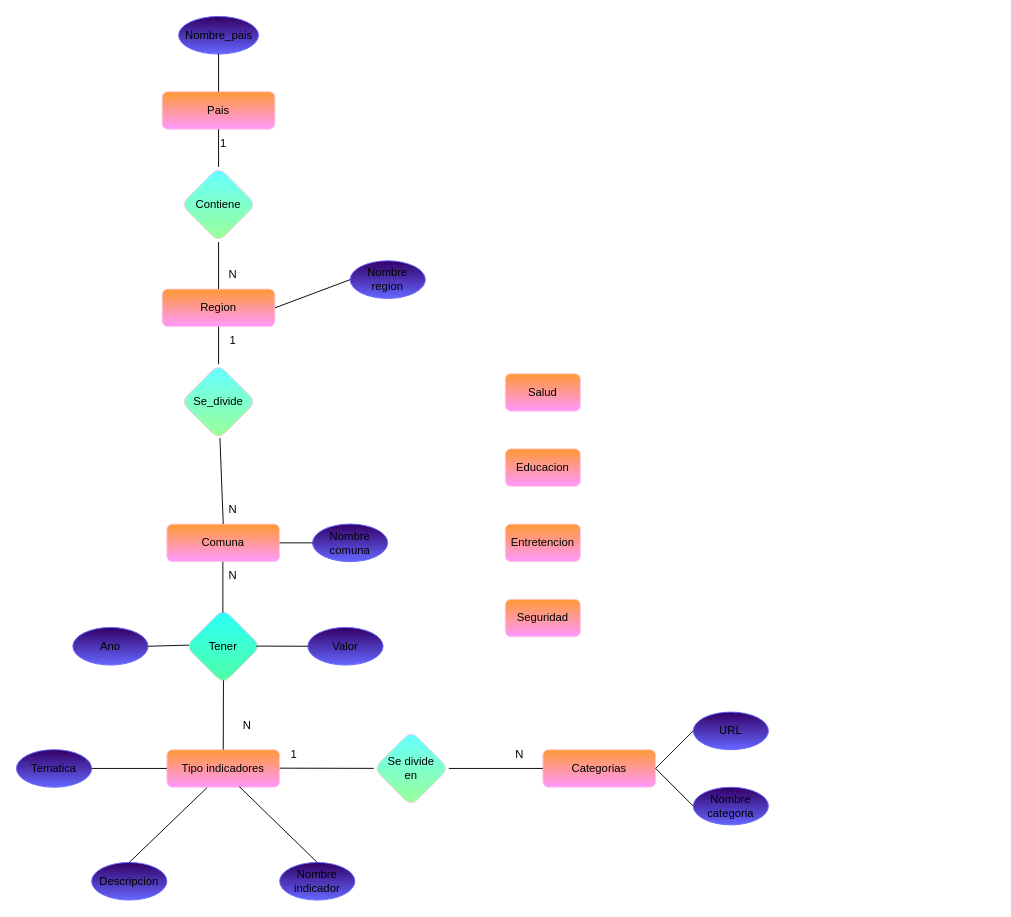
Above: Parte-B/Modelorelacional.drawio in Paskiben/INFO133-equipo12 (draw.io), before the change. Source tidied: cells renumbered, new cells numbered last; positions are measured from the earlier drawing's top-left corner, leaving out a move shared by most shapes. Both pictures are drawn from the tidied source at 94%, with x=0, y=0 at pixel (16, 16).
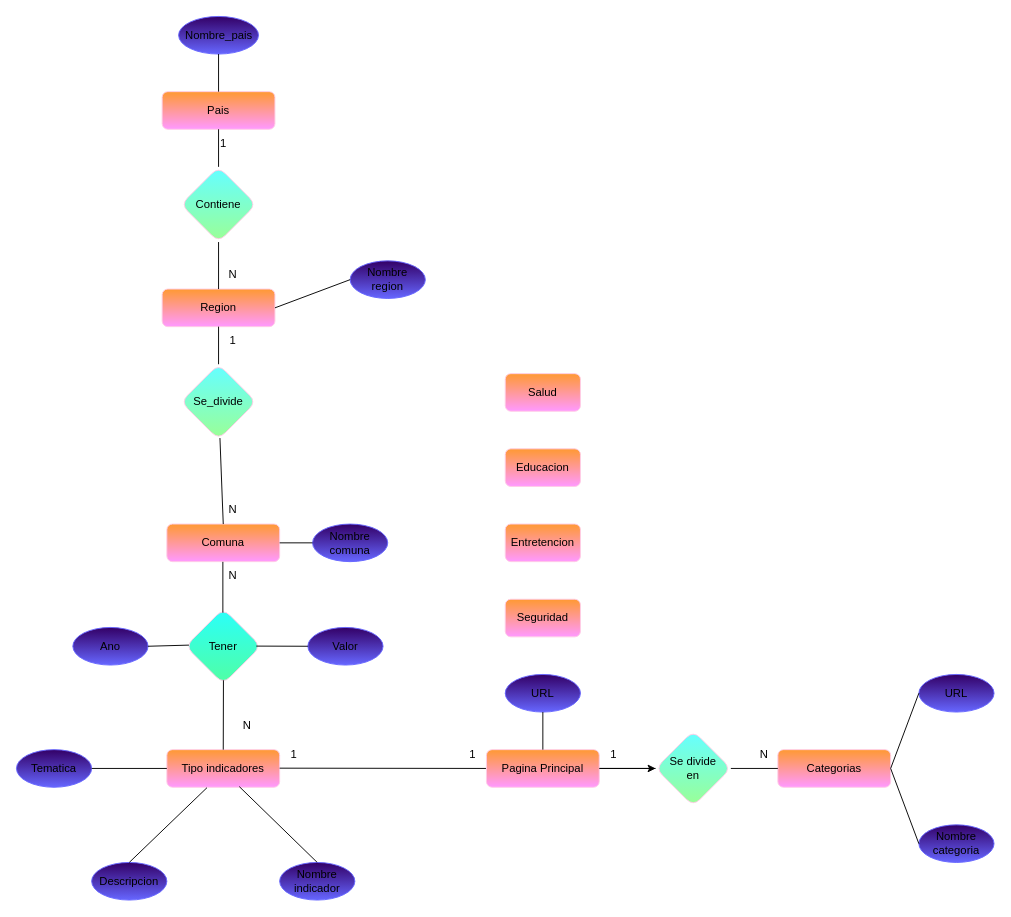
The same page after the edit.

Change to the diagram source:
```diff
@@
     <mxCell id="37" value="Categorias" style="rounded=1;whiteSpace=wrap;html=1;fillColor=#FF99FF;strokeColor=#FFCCE6;fontColor=#000000;gradientColor=#FF9933;gradientDirection=north;glass=0;shadow=0;" parent="1" vertex="1">
-      <mxGeometry x="560" y="780" width="120" height="40" as="geometry" />
+      <mxGeometry x="810" y="780" width="120" height="40" as="geometry" />
     </mxCell>
@@
     <mxCell id="39" value="URL" style="ellipse;whiteSpace=wrap;html=1;fillColor=#330066;gradientColor=#6666FF;strokeColor=#6666FF;gradientDirection=south;" parent="1" vertex="1">
-      <mxGeometry x="720" y="740" width="80" height="40" as="geometry" />
+      <mxGeometry x="960" y="700" width="80" height="40" as="geometry" />
     </mxCell>
     <mxCell id="40" value="Nombre&lt;br&gt;categoria" style="ellipse;whiteSpace=wrap;html=1;fillColor=#330066;gradientColor=#6666FF;strokeColor=#6666FF;gradientDirection=south;" parent="1" vertex="1">
-      <mxGeometry x="720" y="820" width="80" height="40" as="geometry" />
+      <mxGeometry x="960" y="860" width="80" height="40" as="geometry" />
     </mxCell>
@@
     <mxCell id="43" value="Se divide&lt;br&gt;en" style="rhombus;whiteSpace=wrap;html=1;rounded=1;shadow=0;glass=0;strokeColor=#FFCCE6;fontFamily=Helvetica;fontSize=12;fontColor=#000000;fillColor=#99FF99;gradientColor=#66FFFF;gradientDirection=north;" parent="1" vertex="1">
-      <mxGeometry x="380" y="760" width="80" height="80" as="geometry" />
+      <mxGeometry x="680" y="760" width="80" height="80" as="geometry" />
     </mxCell>
@@
-    <mxCell id="45" style="endArrow=none;html=1;fontFamily=Helvetica;fontSize=12;fontColor=#000000;" parent="1" edge="1" target="43">
+    <mxCell id="45" style="endArrow=none;html=1;fontFamily=Helvetica;fontSize=12;fontColor=#000000;entryX=0;entryY=0.5;entryDx=0;entryDy=0;" parent="1" edge="1" target="52">
       <mxGeometry relative="1" as="geometry">
         <mxPoint x="280" y="799.7" as="sourcePoint" />
       </mxGeometry>
     </mxCell>
@@
     <mxCell id="49" value="N" style="text;html=1;align=center;verticalAlign=middle;strokeColor=none;fillColor=none;" parent="1" vertex="1">
-      <mxGeometry x="520" y="770" width="30" height="30" as="geometry" />
+      <mxGeometry x="780" y="770" width="30" height="30" as="geometry" />
     </mxCell>
@@
+    <mxCell id="51" style="edgeStyle=none;html=1;" parent="1" edge="1" source="52" target="43">
+      <mxGeometry relative="1" as="geometry" />
+    </mxCell>
+    <mxCell id="52" value="Pagina Principal" style="rounded=1;whiteSpace=wrap;html=1;fillColor=#FF99FF;strokeColor=#FFCCE6;fontColor=#000000;gradientColor=#FF9933;gradientDirection=north;glass=0;shadow=0;" parent="1" vertex="1">
+      <mxGeometry x="500" y="780" width="120" height="40" as="geometry" />
+    </mxCell>
+    <mxCell id="53" style="endArrow=none;html=1;fontFamily=Helvetica;fontSize=12;fontColor=#000000;entryX=0;entryY=0.5;entryDx=0;entryDy=0;" parent="1" edge="1" target="43">
+      <mxGeometry relative="1" as="geometry">
+        <mxPoint x="620" y="800" as="sourcePoint" />
+      </mxGeometry>
+    </mxCell>
+    <mxCell id="54" value="URL" style="ellipse;whiteSpace=wrap;html=1;fillColor=#330066;gradientColor=#6666FF;strokeColor=#6666FF;gradientDirection=south;" parent="1" vertex="1">
+      <mxGeometry x="520" y="700" width="80" height="40" as="geometry" />
+    </mxCell>
+    <mxCell id="55" style="endArrow=none;html=1;fontFamily=Helvetica;fontSize=12;fontColor=#000000;entryX=0.5;entryY=1;entryDx=0;entryDy=0;exitX=0.5;exitY=0;exitDx=0;exitDy=0;" parent="1" edge="1" source="52" target="54">
+      <mxGeometry relative="1" as="geometry" />
+    </mxCell>
+    <mxCell id="56" value="1" style="text;html=1;align=center;verticalAlign=middle;strokeColor=none;fillColor=none;" parent="1" vertex="1">
+      <mxGeometry x="470" y="770" width="30" height="30" as="geometry" />
+    </mxCell>
+    <mxCell id="57" value="1" style="text;html=1;align=center;verticalAlign=middle;strokeColor=none;fillColor=none;" parent="1" vertex="1">
+      <mxGeometry x="620" y="770" width="30" height="30" as="geometry" />
+    </mxCell>
```
